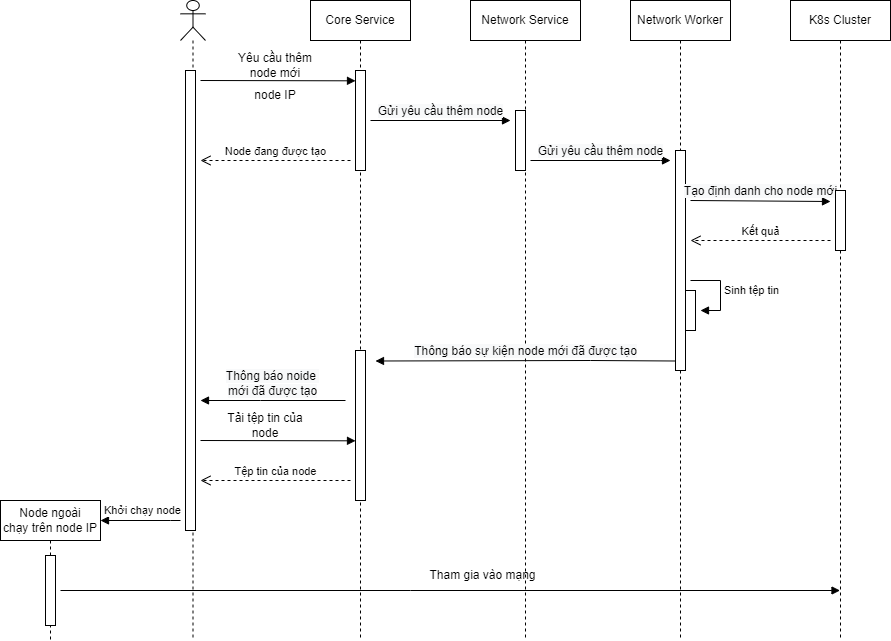
Above: Hinhve/DoAn-SeqAddNode.drawio.png in ManhLeDuc/gr-thesis (draw.io), before the change. Source tidied: cells renumbered, new cells last; positions are measured from the earlier drawing's top-left corner, leaving out a move shared by most shapes.
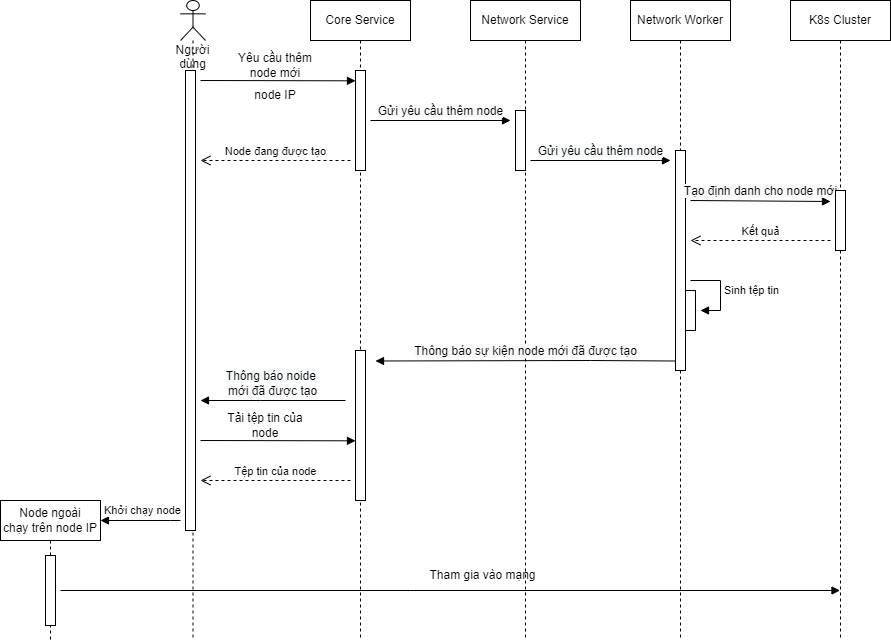
After the commit.

What changed in the source:
```diff
@@ -2,7 +2,7 @@
   <root>
     <mxCell id="0" />
     <mxCell id="1" parent="0" />
-    <mxCell id="2" style="shape=umlLifeline;participant=umlActor;perimeter=lifelinePerimeter;whiteSpace=wrap;html=1;verticalAlign=top;spacingTop=36;" parent="1" vertex="1">
+    <mxCell id="2" value="Người dùng" style="shape=umlLifeline;participant=umlActor;perimeter=lifelinePerimeter;whiteSpace=wrap;html=1;verticalAlign=top;spacingTop=36;" parent="1" vertex="1">
       <mxGeometry x="180" width="25" height="640" as="geometry" />
     </mxCell>
     <mxCell id="3" style="html=1;perimeter=orthogonalPerimeter;" parent="2" vertex="1">
```
